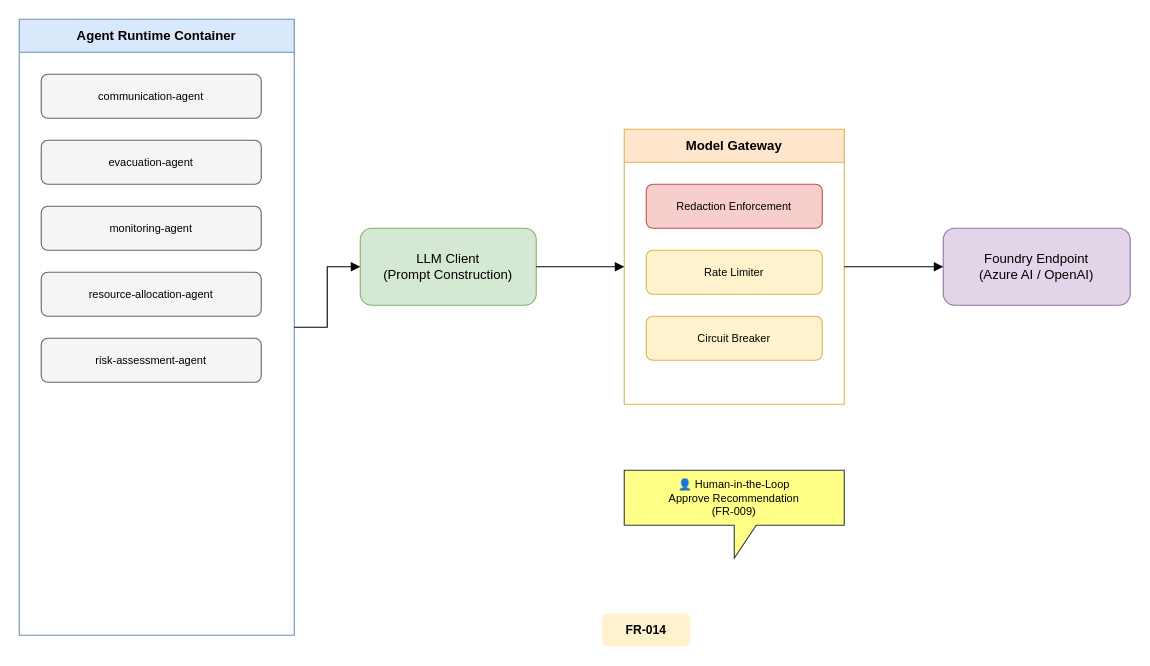
The draw.io diagram docs/architecture/c4/agent-runtime-llm-gateway.drawio in johnbilliris/ama, before the edit. Source tidied: cells renumbered, new cells numbered last; positions are measured from the earlier drawing's top-left corner, leaving out a move shared by most shapes. Both pictures are drawn from the tidied source at 110%, with x=0, y=0 at pixel (19, 19).
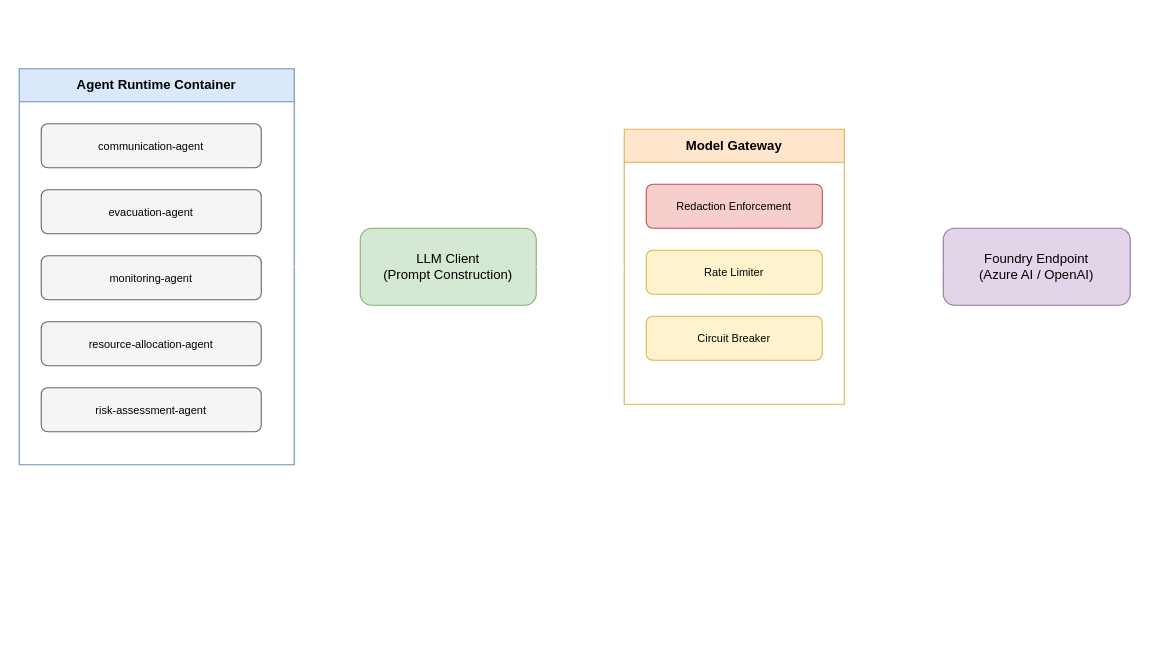
Above is the later version.

The edit, as a diff of the source:
```diff
@@
 <mxGraphModel>
   <root>
     <mxCell id="0" />
     <mxCell id="1" parent="0" />
     <mxCell id="2" value="Agent Runtime Container" style="swimlane;startSize=30;whiteSpace=wrap;html=1;fillColor=#dae8fc;strokeColor=#6c8ebf;fontSize=12;fontStyle=1;" parent="1" vertex="1">
-      <mxGeometry width="250" height="560" as="geometry" />
+      <mxGeometry y="45" width="250" height="360" as="geometry" />
     </mxCell>
     <mxCell id="3" value="communication-agent" style="rounded=1;whiteSpace=wrap;html=1;fillColor=#f5f5f5;strokeColor=#666666;fontSize=10;" parent="2" vertex="1">
       <mxGeometry x="20" y="50" width="200" height="40" as="geometry" />
     </mxCell>
     <mxCell id="4" value="evacuation-agent" style="rounded=1;whiteSpace=wrap;html=1;fillColor=#f5f5f5;strokeColor=#666666;fontSize=10;" parent="2" vertex="1">
       <mxGeometry x="20" y="110" width="200" height="40" as="geometry" />
     </mxCell>
     <mxCell id="5" value="monitoring-agent" style="rounded=1;whiteSpace=wrap;html=1;fillColor=#f5f5f5;strokeColor=#666666;fontSize=10;" parent="2" vertex="1">
       <mxGeometry x="20" y="170" width="200" height="40" as="geometry" />
     </mxCell>
     <mxCell id="6" value="resource-allocation-agent" style="rounded=1;whiteSpace=wrap;html=1;fillColor=#f5f5f5;strokeColor=#666666;fontSize=10;" parent="2" vertex="1">
       <mxGeometry x="20" y="230" width="200" height="40" as="geometry" />
     </mxCell>
     <mxCell id="7" value="risk-assessment-agent" style="rounded=1;whiteSpace=wrap;html=1;fillColor=#f5f5f5;strokeColor=#666666;fontSize=10;" parent="2" vertex="1">
       <mxGeometry x="20" y="290" width="200" height="40" as="geometry" />
     </mxCell>
     <mxCell id="8" value="LLM Client&#10;(Prompt Construction)" style="rounded=1;whiteSpace=wrap;html=1;fillColor=#d5e8d4;strokeColor=#82b366;fontSize=12;" parent="1" vertex="1">
       <mxGeometry x="310" y="190" width="160" height="70" as="geometry" />
     </mxCell>
     <mxCell id="9" value="Model Gateway" style="swimlane;startSize=30;whiteSpace=wrap;html=1;fillColor=#ffe6cc;strokeColor=#d6b656;fontSize=12;fontStyle=1;" parent="1" vertex="1">
       <mxGeometry x="550" y="100" width="200" height="250" as="geometry" />
     </mxCell>
     <mxCell id="10" value="Redaction Enforcement" style="rounded=1;whiteSpace=wrap;html=1;fillColor=#f8cecc;strokeColor=#b85450;fontSize=10;" parent="9" vertex="1">
       <mxGeometry x="20" y="50" width="160" height="40" as="geometry" />
     </mxCell>
     <mxCell id="11" value="Rate Limiter" style="rounded=1;whiteSpace=wrap;html=1;fillColor=#fff2cc;strokeColor=#d6b656;fontSize=10;" parent="9" vertex="1">
       <mxGeometry x="20" y="110" width="160" height="40" as="geometry" />
     </mxCell>
     <mxCell id="12" value="Circuit Breaker" style="rounded=1;whiteSpace=wrap;html=1;fillColor=#fff2cc;strokeColor=#d6b656;fontSize=10;" parent="9" vertex="1">
       <mxGeometry x="20" y="170" width="160" height="40" as="geometry" />
     </mxCell>
     <mxCell id="13" value="Foundry Endpoint&#10;(Azure AI / OpenAI)" style="rounded=1;whiteSpace=wrap;html=1;fillColor=#e1d5e7;strokeColor=#9673a6;fontSize=12;" parent="1" vertex="1">
       <mxGeometry x="840" y="190" width="170" height="70" as="geometry" />
     </mxCell>
-    <mxCell id="14" value="👤 Human-in-the-Loop&#10;Approve Recommendation&#10;(FR-009)" style="shape=callout;whiteSpace=wrap;html=1;fillColor=#ffff88;strokeColor=#36393d;fontSize=10;perimeter=calloutPerimeter;" parent="1" vertex="1">
-      <mxGeometry x="550" y="410" width="200" height="80" as="geometry" />
-    </mxCell>
-    <mxCell id="15" value="FR-014" style="text;html=1;strokeColor=none;fillColor=#fff2cc;align=center;verticalAlign=middle;whiteSpace=wrap;rounded=1;fontSize=11;fontStyle=1;" parent="1" vertex="1">
-      <mxGeometry x="530" y="540" width="80" height="30" as="geometry" />
-    </mxCell>
-    <mxCell id="16" style="edgeStyle=orthogonalEdgeStyle;rounded=0;html=1;endArrow=block;endFill=1;" parent="1" edge="1" source="2" target="8">
+    <mxCell id="16" style="edgeStyle=orthogonalEdgeStyle;rounded=0;html=1;endArrow=block;endFill=1;strokeColor=#FFFFFF;" parent="1" edge="1" source="2" target="8">
       <mxGeometry relative="1" as="geometry" />
     </mxCell>
-    <mxCell id="17" style="edgeStyle=orthogonalEdgeStyle;rounded=0;html=1;endArrow=block;endFill=1;" parent="1" edge="1" source="8" target="9">
+    <mxCell id="17" style="edgeStyle=orthogonalEdgeStyle;rounded=0;html=1;endArrow=block;endFill=1;strokeColor=#FFFFFF;" parent="1" edge="1" source="8" target="9">
       <mxGeometry relative="1" as="geometry" />
     </mxCell>
-    <mxCell id="18" style="edgeStyle=orthogonalEdgeStyle;rounded=0;html=1;endArrow=block;endFill=1;" parent="1" edge="1" source="9" target="13">
+    <mxCell id="18" style="edgeStyle=orthogonalEdgeStyle;rounded=0;html=1;endArrow=block;endFill=1;strokeColor=#FFFFFF;" parent="1" edge="1" source="9" target="13">
       <mxGeometry relative="1" as="geometry" />
     </mxCell>
   </root>
 </mxGraphModel>
```
